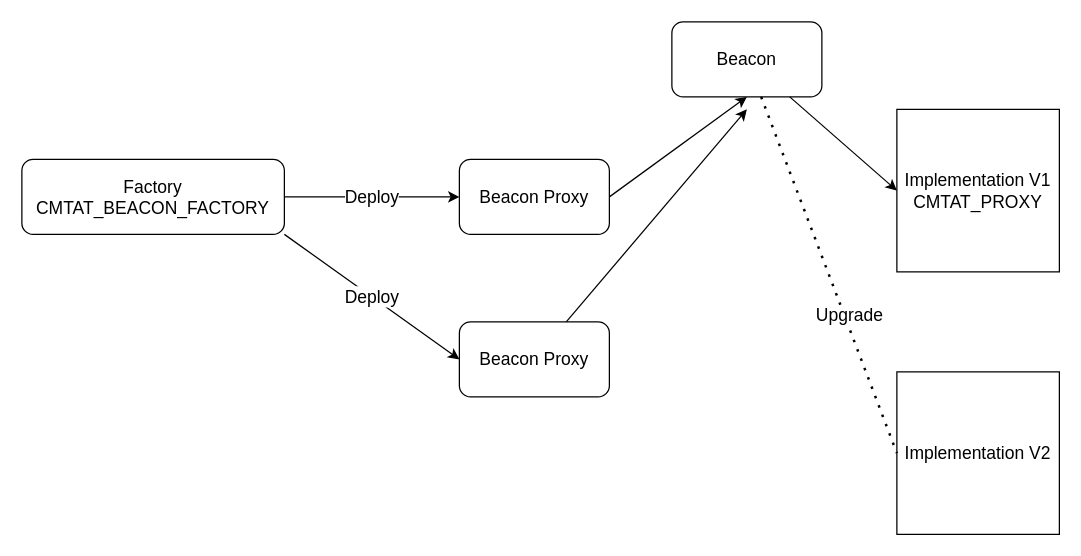
Above: page "Beacon Factory" (1 of 2) of doc/schema/drawio/factory.drawio in CMTA/CMTATFactory (draw.io), before the change. Source tidied: cells renumbered, new cells numbered last; positions are measured from the earlier drawing's top-left corner, leaving out a move shared by most shapes. Both pictures are drawn from the tidied source at 125%, with x=0, y=0 at pixel (21, 21).
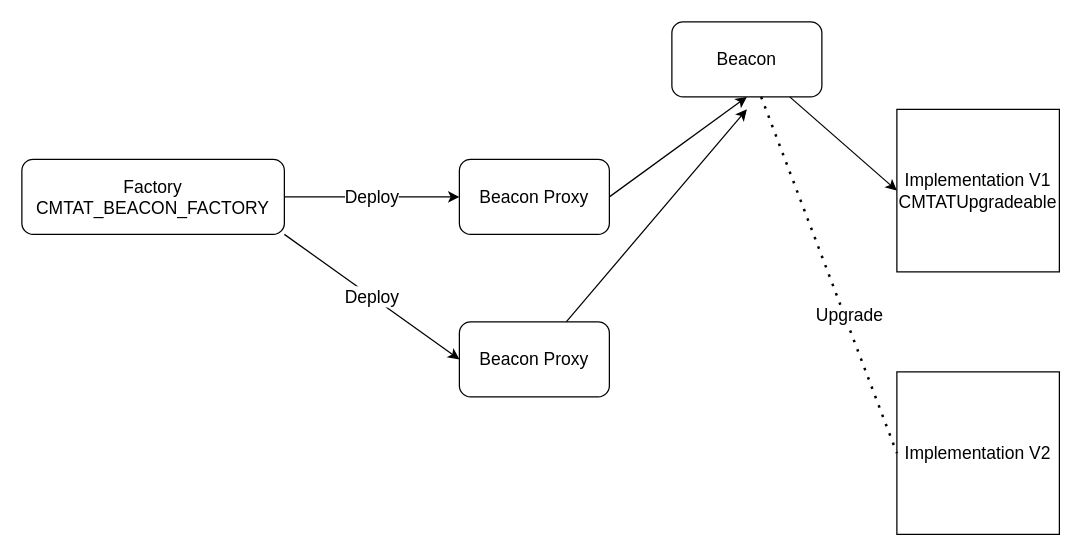
After the change.

The edit, as a diff of the source:
```diff
@@
 <mxGraphModel>
   <root>
     <mxCell id="0" />
     <mxCell id="1" parent="0" />
     <mxCell id="2" value="Factory&lt;br style=&quot;font-size: 14px;&quot;&gt;CMTAT_BEACON_FACTORY" style="rounded=1;whiteSpace=wrap;html=1;fontSize=14;" parent="1" vertex="1">
       <mxGeometry y="110" width="210" height="60" as="geometry" />
     </mxCell>
     <mxCell id="3" value="Beacon Proxy" style="rounded=1;whiteSpace=wrap;html=1;fontSize=14;" parent="1" vertex="1">
       <mxGeometry x="350" y="110" width="120" height="60" as="geometry" />
     </mxCell>
     <mxCell id="4" value="Beacon Proxy" style="rounded=1;whiteSpace=wrap;html=1;fontSize=14;" parent="1" vertex="1">
       <mxGeometry x="350" y="240" width="120" height="60" as="geometry" />
     </mxCell>
     <mxCell id="5" value="Beacon" style="rounded=1;whiteSpace=wrap;html=1;fontSize=14;" parent="1" vertex="1">
       <mxGeometry x="520" width="120" height="60" as="geometry" />
     </mxCell>
-    <mxCell id="6" value="Implementation V1&lt;br style=&quot;font-size: 14px;&quot;&gt;CMTAT_PROXY" style="whiteSpace=wrap;html=1;fontSize=14;" parent="1" vertex="1">
+    <mxCell id="6" value="Implementation V1&lt;br style=&quot;font-size: 14px;&quot;&gt;CMTATUpgradeable" style="whiteSpace=wrap;html=1;fontSize=14;" parent="1" vertex="1">
       <mxGeometry x="700" y="70" width="130" height="130" as="geometry" />
     </mxCell>
     <mxCell id="7" value="Deploy" style="endArrow=classic;html=1;rounded=0;exitX=1;exitY=0.5;exitDx=0;exitDy=0;fontSize=14;" parent="1" edge="1" source="2" target="3">
       <mxGeometry relative="1" as="geometry" />
     </mxCell>
     <mxCell id="8" value="Deploy" style="endArrow=classic;html=1;rounded=0;exitX=1;exitY=1;exitDx=0;exitDy=0;entryX=0;entryY=0.5;entryDx=0;entryDy=0;fontSize=14;" parent="1" edge="1" source="2" target="4">
       <mxGeometry relative="1" as="geometry" />
     </mxCell>
     <mxCell id="9" style="endArrow=classic;html=1;rounded=0;exitX=1;exitY=0.5;exitDx=0;exitDy=0;entryX=0.5;entryY=1;entryDx=0;entryDy=0;fontSize=14;" parent="1" edge="1" source="3" target="5">
       <mxGeometry relative="1" as="geometry" />
     </mxCell>
     <mxCell id="10" style="endArrow=classic;html=1;rounded=0;entryX=0;entryY=0.5;entryDx=0;entryDy=0;fontSize=14;" parent="1" edge="1" source="5" target="6">
       <mxGeometry relative="1" as="geometry" />
     </mxCell>
     <mxCell id="11" style="endArrow=classic;html=1;rounded=0;fontSize=14;" parent="1" edge="1" source="4">
       <mxGeometry relative="1" as="geometry">
         <mxPoint x="580" y="70" as="targetPoint" />
       </mxGeometry>
     </mxCell>
     <mxCell id="12" value="Implementation V2" style="whiteSpace=wrap;html=1;fontSize=14;" parent="1" vertex="1">
       <mxGeometry x="700" y="280" width="130" height="130" as="geometry" />
     </mxCell>
     <mxCell id="13" style="endArrow=none;dashed=1;html=1;dashPattern=1 3;strokeWidth=2;rounded=0;entryX=0;entryY=0.5;entryDx=0;entryDy=0;fontSize=14;" parent="1" edge="1" source="5" target="12">
       <mxGeometry relative="1" as="geometry" />
     </mxCell>
     <mxCell id="14" value="Upgrade" style="edgeLabel;html=1;align=center;verticalAlign=middle;fontSize=14;" parent="13" vertex="1">
       <mxGeometry x="0.23" y="3" relative="1" as="geometry" />
     </mxCell>
   </root>
 </mxGraphModel>
```
